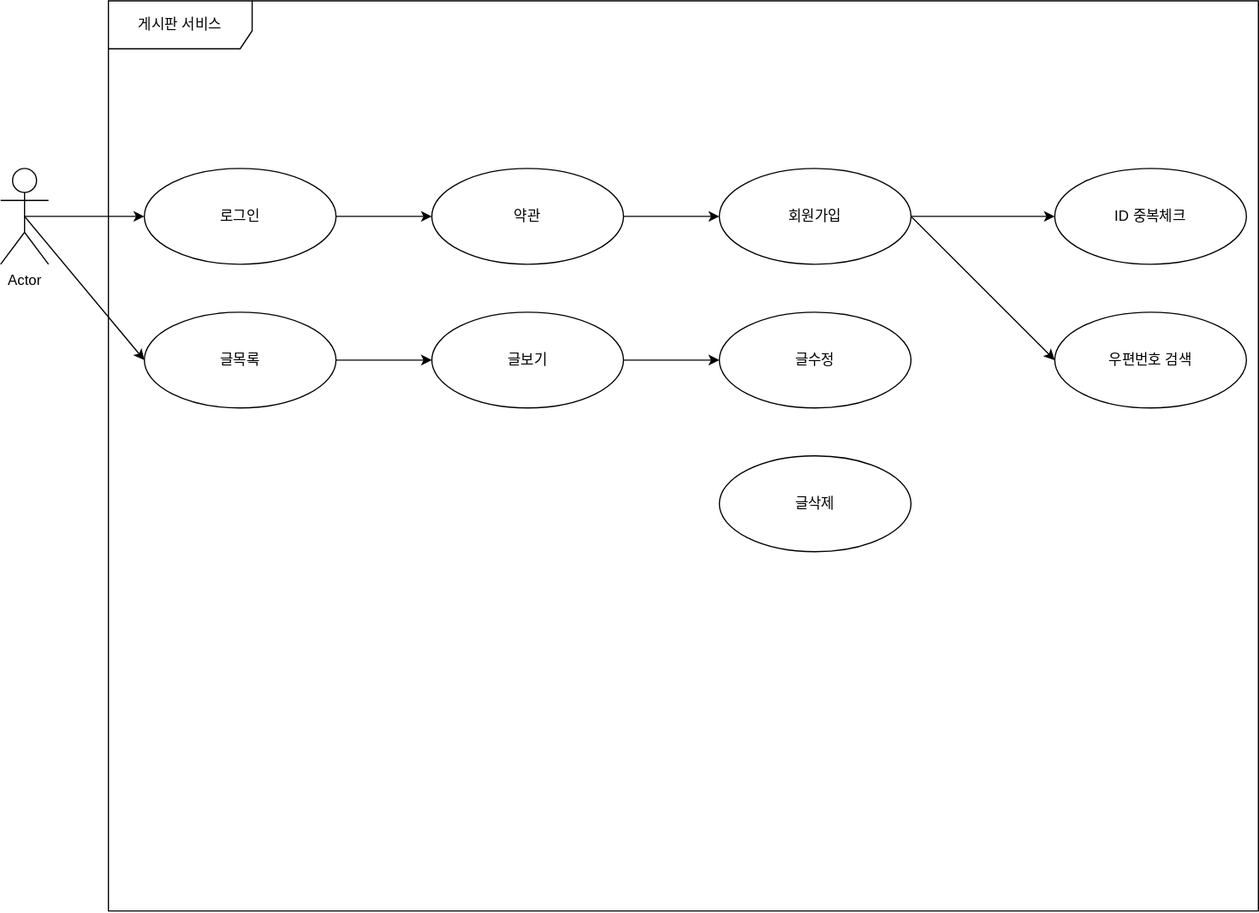
Before: JBoard1/게시판 유스케이스.svg, a diagram exported from draw.io (GGGGGGGGGGGGGGGil/JSP). Source tidied: cells renumbered, new cells last; positions are measured from the earlier drawing's top-left corner, leaving out a move shared by most shapes. Source of this version:
```xml
<mxGraphModel>
  <root>
    <mxCell id="0" />
    <mxCell id="1" parent="0" />
    <mxCell id="2" style="edgeStyle=orthogonalEdgeStyle;rounded=0;jettySize=auto;html=1;entryX=0;entryY=0.5;entryDx=0;entryDy=0;exitX=0.5;exitY=0.5;exitDx=0;exitDy=0;exitPerimeter=0;" parent="1" edge="1" source="4" target="7">
      <mxGeometry relative="1" as="geometry" />
    </mxCell>
    <mxCell id="3" style="edgeStyle=none;shape=connector;rounded=0;jettySize=auto;html=1;exitX=0.5;exitY=0.5;exitDx=0;exitDy=0;exitPerimeter=0;entryX=0;entryY=0.5;entryDx=0;entryDy=0;labelBackgroundColor=default;strokeColor=default;fontFamily=Helvetica;fontSize=11;fontColor=default;endArrow=classic;" parent="1" edge="1" source="4" target="16">
      <mxGeometry relative="1" as="geometry" />
    </mxCell>
    <mxCell id="4" value="Actor" style="shape=umlActor;verticalLabelPosition=bottom;verticalAlign=top;html=1;" parent="1" vertex="1">
      <mxGeometry y="140" width="40" height="80" as="geometry" />
    </mxCell>
    <mxCell id="5" value="게시판 서비스" style="shape=umlFrame;whiteSpace=wrap;html=1;width=120;height=40;" parent="1" vertex="1">
      <mxGeometry x="90" width="960" height="760" as="geometry" />
    </mxCell>
    <mxCell id="6" style="edgeStyle=orthogonalEdgeStyle;rounded=0;jettySize=auto;html=1;entryX=0;entryY=0.5;entryDx=0;entryDy=0;" parent="1" edge="1" source="7" target="9">
      <mxGeometry relative="1" as="geometry" />
    </mxCell>
    <mxCell id="7" value="로그인" style="ellipse;whiteSpace=wrap;html=1;" parent="1" vertex="1">
      <mxGeometry x="120" y="140" width="160" height="80" as="geometry" />
    </mxCell>
    <mxCell id="8" style="edgeStyle=orthogonalEdgeStyle;rounded=0;jettySize=auto;html=1;entryX=0;entryY=0.5;entryDx=0;entryDy=0;" parent="1" edge="1" source="9" target="12">
      <mxGeometry relative="1" as="geometry" />
    </mxCell>
    <mxCell id="9" value="약관" style="ellipse;whiteSpace=wrap;html=1;" parent="1" vertex="1">
      <mxGeometry x="360" y="140" width="160" height="80" as="geometry" />
    </mxCell>
    <mxCell id="10" style="edgeStyle=orthogonalEdgeStyle;rounded=0;jettySize=auto;html=1;entryX=0;entryY=0.5;entryDx=0;entryDy=0;" parent="1" edge="1" source="12" target="13">
      <mxGeometry relative="1" as="geometry" />
    </mxCell>
    <mxCell id="11" style="shape=connector;rounded=0;jettySize=auto;html=1;entryX=0;entryY=0.5;entryDx=0;entryDy=0;labelBackgroundColor=default;strokeColor=default;fontFamily=Helvetica;fontSize=11;fontColor=default;endArrow=classic;" parent="1" edge="1" target="14">
      <mxGeometry relative="1" as="geometry">
        <mxPoint x="760" y="180" as="sourcePoint" />
      </mxGeometry>
    </mxCell>
    <mxCell id="12" value="회원가입" style="ellipse;whiteSpace=wrap;html=1;" parent="1" vertex="1">
      <mxGeometry x="600" y="140" width="160" height="80" as="geometry" />
    </mxCell>
    <mxCell id="13" value="ID 중복체크" style="ellipse;whiteSpace=wrap;html=1;" parent="1" vertex="1">
      <mxGeometry x="880" y="140" width="160" height="80" as="geometry" />
    </mxCell>
    <mxCell id="14" value="우편번호 검색" style="ellipse;whiteSpace=wrap;html=1;" parent="1" vertex="1">
      <mxGeometry x="880" y="260" width="160" height="80" as="geometry" />
    </mxCell>
    <mxCell id="15" style="edgeStyle=none;shape=connector;rounded=0;jettySize=auto;html=1;entryX=0;entryY=0.5;entryDx=0;entryDy=0;labelBackgroundColor=default;strokeColor=default;fontFamily=Helvetica;fontSize=11;fontColor=default;endArrow=classic;" parent="1" edge="1" source="16" target="18">
      <mxGeometry relative="1" as="geometry" />
    </mxCell>
    <mxCell id="16" value="글목록" style="ellipse;whiteSpace=wrap;html=1;" parent="1" vertex="1">
      <mxGeometry x="120" y="260" width="160" height="80" as="geometry" />
    </mxCell>
    <mxCell id="17" style="edgeStyle=none;shape=connector;rounded=0;jettySize=auto;html=1;entryX=0;entryY=0.5;entryDx=0;entryDy=0;labelBackgroundColor=default;strokeColor=default;fontFamily=Helvetica;fontSize=11;fontColor=default;endArrow=classic;" parent="1" edge="1" source="18" target="19">
      <mxGeometry relative="1" as="geometry" />
    </mxCell>
    <mxCell id="18" value="글보기" style="ellipse;whiteSpace=wrap;html=1;" parent="1" vertex="1">
      <mxGeometry x="360" y="260" width="160" height="80" as="geometry" />
    </mxCell>
    <mxCell id="19" value="글수정" style="ellipse;whiteSpace=wrap;html=1;" parent="1" vertex="1">
      <mxGeometry x="600" y="260" width="160" height="80" as="geometry" />
    </mxCell>
    <mxCell id="20" value="글삭제" style="ellipse;whiteSpace=wrap;html=1;" parent="1" vertex="1">
      <mxGeometry x="600" y="380" width="160" height="80" as="geometry" />
    </mxCell>
  </root>
</mxGraphModel>
```
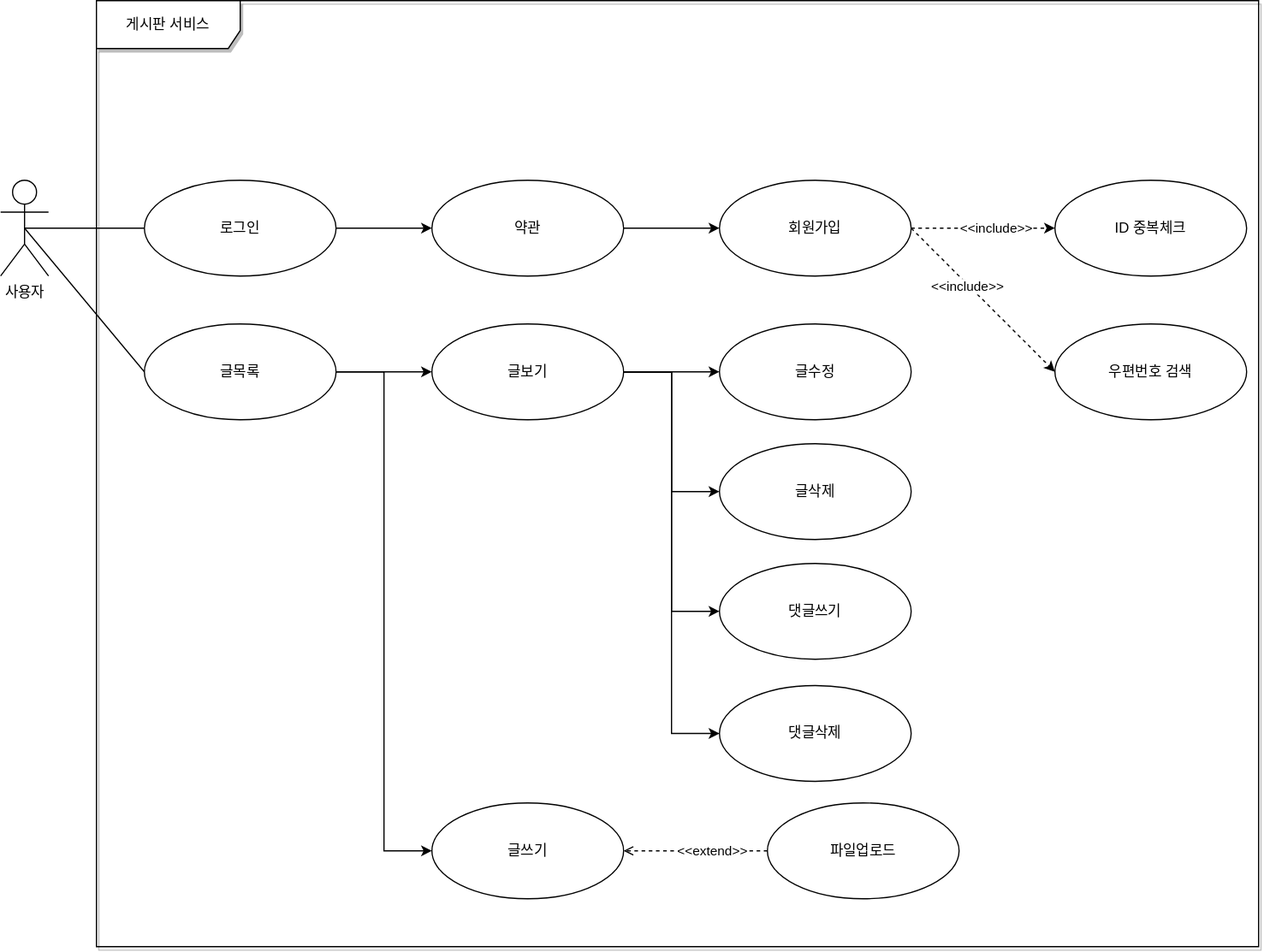
Later version of the same file.

Change to the diagram source:
```diff
@@ -1,18 +1,18 @@
-<mxGraphModel>
+<mxGraphModel background="#ffffff">
   <root>
     <mxCell id="0" />
     <mxCell id="1" parent="0" />
-    <mxCell id="2" style="edgeStyle=orthogonalEdgeStyle;rounded=0;jettySize=auto;html=1;entryX=0;entryY=0.5;entryDx=0;entryDy=0;exitX=0.5;exitY=0.5;exitDx=0;exitDy=0;exitPerimeter=0;" parent="1" edge="1" source="4" target="7">
+    <mxCell id="2" style="edgeStyle=orthogonalEdgeStyle;rounded=0;jettySize=auto;html=1;entryX=0;entryY=0.5;entryDx=0;entryDy=0;exitX=0.5;exitY=0.5;exitDx=0;exitDy=0;exitPerimeter=0;endArrow=none;endFill=0;" parent="1" edge="1" source="4" target="7">
       <mxGeometry relative="1" as="geometry" />
     </mxCell>
-    <mxCell id="3" style="edgeStyle=none;shape=connector;rounded=0;jettySize=auto;html=1;exitX=0.5;exitY=0.5;exitDx=0;exitDy=0;exitPerimeter=0;entryX=0;entryY=0.5;entryDx=0;entryDy=0;labelBackgroundColor=default;strokeColor=default;fontFamily=Helvetica;fontSize=11;fontColor=default;endArrow=classic;" parent="1" edge="1" source="4" target="16">
+    <mxCell id="3" style="edgeStyle=none;shape=connector;rounded=0;jettySize=auto;html=1;exitX=0.5;exitY=0.5;exitDx=0;exitDy=0;exitPerimeter=0;entryX=0;entryY=0.5;entryDx=0;entryDy=0;labelBackgroundColor=default;strokeColor=default;fontFamily=Helvetica;fontSize=11;fontColor=default;endArrow=none;endFill=0;" parent="1" edge="1" source="4" target="16">
       <mxGeometry relative="1" as="geometry" />
     </mxCell>
-    <mxCell id="4" value="Actor" style="shape=umlActor;verticalLabelPosition=bottom;verticalAlign=top;html=1;" parent="1" vertex="1">
+    <mxCell id="4" value="사용자" style="shape=umlActor;verticalLabelPosition=bottom;verticalAlign=top;html=1;" parent="1" vertex="1">
       <mxGeometry y="140" width="40" height="80" as="geometry" />
     </mxCell>
-    <mxCell id="5" value="게시판 서비스" style="shape=umlFrame;whiteSpace=wrap;html=1;width=120;height=40;" parent="1" vertex="1">
-      <mxGeometry x="90" width="960" height="760" as="geometry" />
+    <mxCell id="5" value="게시판 서비스" style="shape=umlFrame;whiteSpace=wrap;html=1;width=120;height=40;shadow=1;gradientColor=none;swimlaneFillColor=none;" parent="1" vertex="1">
+      <mxGeometry x="80" y="-10" width="970" height="790" as="geometry" />
     </mxCell>
     <mxCell id="6" style="edgeStyle=orthogonalEdgeStyle;rounded=0;jettySize=auto;html=1;entryX=0;entryY=0.5;entryDx=0;entryDy=0;" parent="1" edge="1" source="7" target="9">
       <mxGeometry relative="1" as="geometry" />
@@ -26,14 +26,20 @@
     <mxCell id="9" value="약관" style="ellipse;whiteSpace=wrap;html=1;" parent="1" vertex="1">
       <mxGeometry x="360" y="140" width="160" height="80" as="geometry" />
     </mxCell>
-    <mxCell id="10" style="edgeStyle=orthogonalEdgeStyle;rounded=0;jettySize=auto;html=1;entryX=0;entryY=0.5;entryDx=0;entryDy=0;" parent="1" edge="1" source="12" target="13">
+    <mxCell id="10" style="edgeStyle=orthogonalEdgeStyle;rounded=0;jettySize=auto;html=1;entryX=0;entryY=0.5;entryDx=0;entryDy=0;dashed=1;" parent="1" edge="1" source="12" target="13">
       <mxGeometry relative="1" as="geometry" />
     </mxCell>
+    <mxCell id="21" value="&amp;lt;&amp;lt;include&amp;gt;&amp;gt;" style="edgeLabel;html=1;align=center;verticalAlign=middle;" parent="10" vertex="1">
+      <mxGeometry x="0.17" y="1" relative="1" as="geometry" />
+    </mxCell>
-    <mxCell id="11" style="shape=connector;rounded=0;jettySize=auto;html=1;entryX=0;entryY=0.5;entryDx=0;entryDy=0;labelBackgroundColor=default;strokeColor=default;fontFamily=Helvetica;fontSize=11;fontColor=default;endArrow=classic;" parent="1" edge="1" target="14">
+    <mxCell id="11" style="shape=connector;rounded=0;jettySize=auto;html=1;entryX=0;entryY=0.5;entryDx=0;entryDy=0;labelBackgroundColor=default;strokeColor=default;fontFamily=Helvetica;fontSize=11;fontColor=default;endArrow=classic;dashed=1;" parent="1" edge="1" target="14">
       <mxGeometry relative="1" as="geometry">
         <mxPoint x="760" y="180" as="sourcePoint" />
       </mxGeometry>
     </mxCell>
+    <mxCell id="22" value="&amp;lt;&amp;lt;include&amp;gt;&amp;gt;" style="edgeLabel;html=1;align=center;verticalAlign=middle;" parent="11" vertex="1">
+      <mxGeometry x="-0.21" y="-1" relative="1" as="geometry" />
+    </mxCell>
     <mxCell id="12" value="회원가입" style="ellipse;whiteSpace=wrap;html=1;" parent="1" vertex="1">
       <mxGeometry x="600" y="140" width="160" height="80" as="geometry" />
     </mxCell>
@@ -46,12 +52,24 @@
     <mxCell id="15" style="edgeStyle=none;shape=connector;rounded=0;jettySize=auto;html=1;entryX=0;entryY=0.5;entryDx=0;entryDy=0;labelBackgroundColor=default;strokeColor=default;fontFamily=Helvetica;fontSize=11;fontColor=default;endArrow=classic;" parent="1" edge="1" source="16" target="18">
       <mxGeometry relative="1" as="geometry" />
     </mxCell>
+    <mxCell id="23" style="edgeStyle=orthogonalEdgeStyle;rounded=0;jettySize=auto;html=1;entryX=0;entryY=0.5;entryDx=0;entryDy=0;endArrow=classic;endFill=1;" parent="1" edge="1" source="16" target="29">
+      <mxGeometry relative="1" as="geometry" />
+    </mxCell>
     <mxCell id="16" value="글목록" style="ellipse;whiteSpace=wrap;html=1;" parent="1" vertex="1">
       <mxGeometry x="120" y="260" width="160" height="80" as="geometry" />
     </mxCell>
     <mxCell id="17" style="edgeStyle=none;shape=connector;rounded=0;jettySize=auto;html=1;entryX=0;entryY=0.5;entryDx=0;entryDy=0;labelBackgroundColor=default;strokeColor=default;fontFamily=Helvetica;fontSize=11;fontColor=default;endArrow=classic;" parent="1" edge="1" source="18" target="19">
       <mxGeometry relative="1" as="geometry" />
     </mxCell>
+    <mxCell id="24" style="edgeStyle=orthogonalEdgeStyle;rounded=0;jettySize=auto;html=1;entryX=0;entryY=0.5;entryDx=0;entryDy=0;endArrow=classic;endFill=1;" parent="1" edge="1" source="18" target="20">
+      <mxGeometry relative="1" as="geometry" />
+    </mxCell>
+    <mxCell id="25" style="edgeStyle=orthogonalEdgeStyle;rounded=0;jettySize=auto;html=1;entryX=0;entryY=0.5;entryDx=0;entryDy=0;endArrow=classic;endFill=1;" parent="1" edge="1" source="18" target="27">
+      <mxGeometry relative="1" as="geometry" />
+    </mxCell>
+    <mxCell id="26" style="edgeStyle=orthogonalEdgeStyle;rounded=0;jettySize=auto;html=1;entryX=0;entryY=0.5;entryDx=0;entryDy=0;endArrow=classic;endFill=1;" parent="1" edge="1" source="18" target="28">
+      <mxGeometry relative="1" as="geometry" />
+    </mxCell>
     <mxCell id="18" value="글보기" style="ellipse;whiteSpace=wrap;html=1;" parent="1" vertex="1">
       <mxGeometry x="360" y="260" width="160" height="80" as="geometry" />
     </mxCell>
@@ -59,7 +77,25 @@
       <mxGeometry x="600" y="260" width="160" height="80" as="geometry" />
     </mxCell>
     <mxCell id="20" value="글삭제" style="ellipse;whiteSpace=wrap;html=1;" parent="1" vertex="1">
-      <mxGeometry x="600" y="380" width="160" height="80" as="geometry" />
+      <mxGeometry x="600" y="360" width="160" height="80" as="geometry" />
     </mxCell>
+    <mxCell id="27" value="댓글쓰기" style="ellipse;whiteSpace=wrap;html=1;" parent="1" vertex="1">
+      <mxGeometry x="600" y="460" width="160" height="80" as="geometry" />
+    </mxCell>
+    <mxCell id="28" value="댓글삭제" style="ellipse;whiteSpace=wrap;html=1;" parent="1" vertex="1">
+      <mxGeometry x="600" y="562" width="160" height="80" as="geometry" />
+    </mxCell>
+    <mxCell id="29" value="글쓰기" style="ellipse;whiteSpace=wrap;html=1;" parent="1" vertex="1">
+      <mxGeometry x="360" y="660" width="160" height="80" as="geometry" />
+    </mxCell>
+    <mxCell id="30" style="edgeStyle=orthogonalEdgeStyle;rounded=0;jettySize=auto;html=1;endArrow=open;endFill=0;dashed=1;" parent="1" edge="1" source="32" target="29">
+      <mxGeometry relative="1" as="geometry" />
+    </mxCell>
+    <mxCell id="31" value="&amp;lt;&amp;lt;extend&amp;gt;&amp;gt;" style="edgeLabel;html=1;align=center;verticalAlign=middle;" parent="30" vertex="1">
+      <mxGeometry x="-0.21" y="-1" relative="1" as="geometry" />
+    </mxCell>
+    <mxCell id="32" value="파일업로드" style="ellipse;whiteSpace=wrap;html=1;" parent="1" vertex="1">
+      <mxGeometry x="640" y="660" width="160" height="80" as="geometry" />
+    </mxCell>
   </root>
 </mxGraphModel>
```
